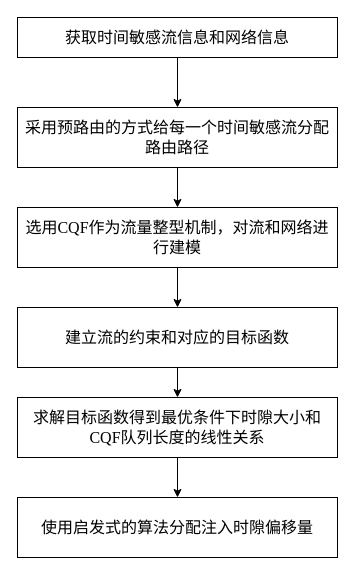
This is 专利.drawio from AliChen0731/First, a draw.io file, before an edit. Source tidied: cells renumbered, new cells numbered last; positions are measured from the earlier drawing's top-left corner, leaving out a move shared by most shapes. Both pictures are drawn from the tidied source at 100%, with x=0, y=0 at pixel (17, 17).
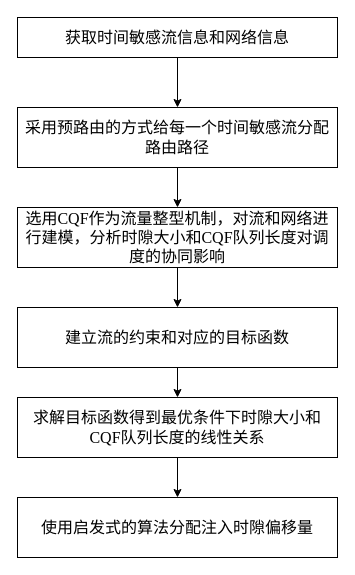
After the change.

The edit, as a diff of the source:
```diff
@@
 <mxGraphModel>
   <root>
     <mxCell id="0" />
     <mxCell id="1" parent="0" />
     <mxCell id="2" style="edgeStyle=orthogonalEdgeStyle;rounded=0;jettySize=auto;html=1;" parent="1" edge="1" source="3" target="5">
       <mxGeometry relative="1" as="geometry" />
     </mxCell>
     <mxCell id="3" value="&lt;font face=&quot;Times New Roman&quot; style=&quot;font-size: 16px;&quot;&gt;获取时间敏感流信息和网络信息&lt;/font&gt;" style="rounded=0;whiteSpace=wrap;html=1;" parent="1" vertex="1">
       <mxGeometry width="320" height="40" as="geometry" />
     </mxCell>
     <mxCell id="4" style="edgeStyle=orthogonalEdgeStyle;rounded=0;jettySize=auto;html=1;" parent="1" edge="1" source="5" target="7">
       <mxGeometry relative="1" as="geometry" />
     </mxCell>
     <mxCell id="5" value="&lt;font face=&quot;Times New Roman&quot; style=&quot;font-size: 16px;&quot;&gt;采用预路由的方式给每一个时间敏感流分配路由路径&lt;/font&gt;" style="whiteSpace=wrap;html=1;rounded=0;" parent="1" vertex="1">
       <mxGeometry y="90" width="320" height="60" as="geometry" />
     </mxCell>
     <mxCell id="6" style="edgeStyle=orthogonalEdgeStyle;rounded=0;jettySize=auto;html=1;" parent="1" edge="1" source="7" target="9">
       <mxGeometry relative="1" as="geometry" />
     </mxCell>
-    <mxCell id="7" value="&lt;font face=&quot;Times New Roman&quot; style=&quot;font-size: 16px;&quot;&gt;选用CQF作为流量整型机制，对流和网络进行建模&lt;/font&gt;" style="whiteSpace=wrap;html=1;rounded=0;" parent="1" vertex="1">
+    <mxCell id="7" value="&lt;font face=&quot;Times New Roman&quot; style=&quot;font-size: 16px;&quot;&gt;选用CQF作为流量整型机制，对流和网络进行建模，分析时隙大小和CQF队列长度对调度的协同影响&lt;/font&gt;" style="whiteSpace=wrap;html=1;rounded=0;" parent="1" vertex="1">
       <mxGeometry y="190" width="320" height="60" as="geometry" />
     </mxCell>
     <mxCell id="8" style="edgeStyle=orthogonalEdgeStyle;rounded=0;jettySize=auto;html=1;" parent="1" edge="1" source="9" target="11">
       <mxGeometry relative="1" as="geometry" />
     </mxCell>
     <mxCell id="9" value="&lt;font face=&quot;Times New Roman&quot; style=&quot;font-size: 16px;&quot;&gt;建立流的约束和对应的目标函数&lt;/font&gt;" style="whiteSpace=wrap;html=1;rounded=0;" parent="1" vertex="1">
       <mxGeometry y="290" width="320" height="60" as="geometry" />
     </mxCell>
     <mxCell id="10" style="edgeStyle=orthogonalEdgeStyle;rounded=0;jettySize=auto;html=1;" parent="1" edge="1" source="11" target="12">
       <mxGeometry relative="1" as="geometry" />
     </mxCell>
     <mxCell id="11" value="&lt;font face=&quot;Times New Roman&quot; style=&quot;font-size: 16px;&quot;&gt;求解目标函数得到最优条件下时隙大小和CQF队列长度的线性关系&lt;/font&gt;" style="whiteSpace=wrap;html=1;rounded=0;" parent="1" vertex="1">
       <mxGeometry y="380" width="320" height="60" as="geometry" />
     </mxCell>
     <mxCell id="12" value="&lt;font face=&quot;Times New Roman&quot; style=&quot;font-size: 16px;&quot;&gt;使用启发式的算法分配注入时隙偏移量&lt;/font&gt;" style="whiteSpace=wrap;html=1;rounded=0;" parent="1" vertex="1">
       <mxGeometry y="480" width="320" height="60" as="geometry" />
     </mxCell>
   </root>
 </mxGraphModel>
```
